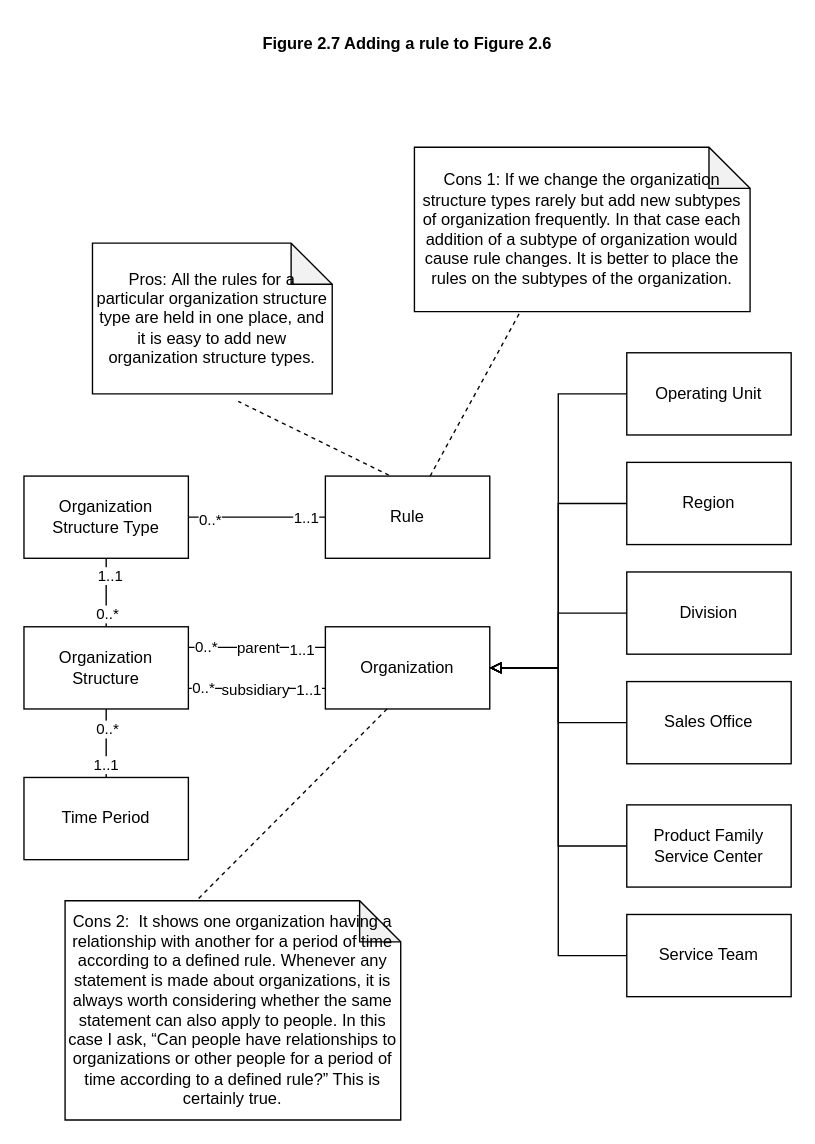
This is analysis-patterns-2-7-Adding-a-rule-to-Figure-2-6.drawio from wubin28/analysis-patterns-diagrams-in-uml, a draw.io file, before an edit. Source tidied: cells renumbered, new cells numbered last; positions are measured from the earlier drawing's top-left corner, leaving out a move shared by most shapes. Both pictures are drawn from the tidied source at 137%, with x=0, y=0 at pixel (23, 23).
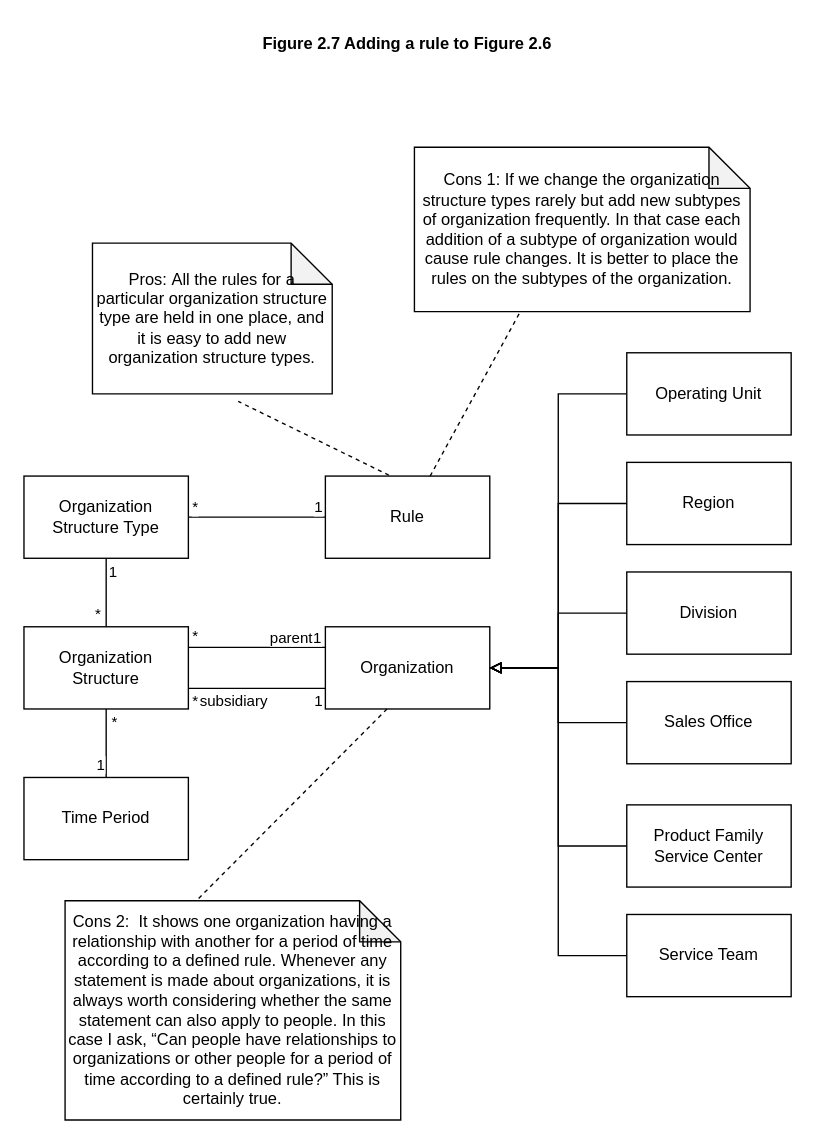
After the change.

Commit message:
refactor: update multiplicities in figure 2.7

Unchanged cells that the change refers to:
```xml
<mxCell id="12" style="endArrow=none;html=1;rounded=0;exitX=1;exitY=0.25;exitDx=0;exitDy=0;entryX=0;entryY=0.25;entryDx=0;entryDy=0;" parent="1" edge="1" source="11" target="2">
  <mxGeometry relative="1" as="geometry" />
</mxCell>
<mxCell id="16" style="endArrow=none;html=1;rounded=0;exitX=1;exitY=0.75;exitDx=0;exitDy=0;entryX=0;entryY=0.75;entryDx=0;entryDy=0;" parent="1" edge="1" source="11" target="2">
  <mxGeometry relative="1" as="geometry" />
</mxCell>
<mxCell id="20" style="edgeStyle=orthogonalEdgeStyle;rounded=0;jettySize=auto;html=1;endArrow=none;endFill=0;" parent="1" edge="1" source="23" target="39">
  <mxGeometry relative="1" as="geometry" />
</mxCell>
<mxCell id="25" style="endArrow=none;html=1;rounded=0;entryX=0.5;entryY=1;entryDx=0;entryDy=0;exitX=0.5;exitY=0;exitDx=0;exitDy=0;" parent="1" edge="1" source="11" target="23">
  <mxGeometry relative="1" as="geometry" />
</mxCell>
<mxCell id="28" style="endArrow=none;html=1;rounded=0;entryX=0.5;entryY=1;entryDx=0;entryDy=0;exitX=0.5;exitY=0;exitDx=0;exitDy=0;" parent="1" edge="1" source="24" target="11">
  <mxGeometry relative="1" as="geometry" />
</mxCell>
```

Diff of the diagram source:
```diff
@@
-    <mxCell id="13" value="0..*" style="edgeLabel;html=1;align=center;verticalAlign=middle;" parent="12" vertex="1">
+    <mxCell id="13" value="*" style="edgeLabel;html=1;align=center;verticalAlign=middle;" parent="12" vertex="1">
       <mxGeometry x="-0.84" y="1" relative="1" as="geometry">
-        <mxPoint x="4" as="offset" />
+        <mxPoint x="-4" y="-8" as="offset" />
       </mxGeometry>
     </mxCell>
-    <mxCell id="14" value="1..1" style="edgeLabel;html=1;align=center;verticalAlign=middle;" parent="12" vertex="1">
-      <mxGeometry x="0.64" y="-1" relative="1" as="geometry" />
+    <mxCell id="14" value="1" style="edgeLabel;html=1;align=center;verticalAlign=middle;" parent="12" vertex="1">
+      <mxGeometry x="0.64" y="-1" relative="1" as="geometry">
+        <mxPoint x="11" y="-9" as="offset" />
+      </mxGeometry>
     </mxCell>
     <mxCell id="15" value="parent" style="edgeLabel;html=1;align=center;verticalAlign=middle;" parent="12" vertex="1">
       <mxGeometry x="-0.15" relative="1" as="geometry">
-        <mxPoint x="7" as="offset" />
+        <mxPoint x="31" y="-8" as="offset" />
       </mxGeometry>
     </mxCell>
@@
-    <mxCell id="17" value="0..*" style="edgeLabel;html=1;align=center;verticalAlign=middle;" parent="16" vertex="1">
-      <mxGeometry x="-0.79" y="1" relative="1" as="geometry" />
+    <mxCell id="17" value="*" style="edgeLabel;html=1;align=center;verticalAlign=middle;" parent="16" vertex="1">
+      <mxGeometry x="-0.79" y="1" relative="1" as="geometry">
+        <mxPoint x="-6" y="9" as="offset" />
+      </mxGeometry>
     </mxCell>
-    <mxCell id="18" value="1..1" style="edgeLabel;html=1;align=center;verticalAlign=middle;" parent="16" vertex="1">
-      <mxGeometry x="0.74" relative="1" as="geometry" />
+    <mxCell id="18" value="1" style="edgeLabel;html=1;align=center;verticalAlign=middle;" parent="16" vertex="1">
+      <mxGeometry x="0.74" relative="1" as="geometry">
+        <mxPoint x="7" y="8" as="offset" />
+      </mxGeometry>
     </mxCell>
     <mxCell id="19" value="subsidiary" style="edgeLabel;html=1;align=center;verticalAlign=middle;" parent="16" vertex="1">
-      <mxGeometry x="-0.05" relative="1" as="geometry" />
+      <mxGeometry x="-0.05" relative="1" as="geometry">
+        <mxPoint x="-16" y="8" as="offset" />
+      </mxGeometry>
     </mxCell>
@@
-    <mxCell id="21" value="1..1" style="edgeLabel;html=1;align=center;verticalAlign=middle;" parent="20" vertex="1">
+    <mxCell id="21" value="1" style="edgeLabel;html=1;align=center;verticalAlign=middle;" parent="20" vertex="1">
       <mxGeometry x="0.78" relative="1" as="geometry">
-        <mxPoint x="-4" as="offset" />
+        <mxPoint x="5" y="-8" as="offset" />
       </mxGeometry>
     </mxCell>
-    <mxCell id="22" value="0..*" style="edgeLabel;html=1;align=center;verticalAlign=middle;" parent="20" vertex="1">
+    <mxCell id="22" value="*" style="edgeLabel;html=1;align=center;verticalAlign=middle;" parent="20" vertex="1">
       <mxGeometry x="-0.82" y="-1" relative="1" as="geometry">
-        <mxPoint x="6" as="offset" />
+        <mxPoint x="-5" y="-9" as="offset" />
       </mxGeometry>
     </mxCell>
@@
-    <mxCell id="26" value="1..1" style="edgeLabel;html=1;align=center;verticalAlign=middle;" parent="25" vertex="1">
-      <mxGeometry x="0.52" y="-2" relative="1" as="geometry" />
+    <mxCell id="26" value="1" style="edgeLabel;html=1;align=center;verticalAlign=middle;" parent="25" vertex="1">
+      <mxGeometry x="0.52" y="-2" relative="1" as="geometry">
+        <mxPoint x="2" y="-3" as="offset" />
+      </mxGeometry>
     </mxCell>
-    <mxCell id="27" value="0..*" style="edgeLabel;html=1;align=center;verticalAlign=middle;" parent="25" vertex="1">
+    <mxCell id="27" value="*" style="edgeLabel;html=1;align=center;verticalAlign=middle;" parent="25" vertex="1">
       <mxGeometry x="-0.61" y="1" relative="1" as="geometry">
-        <mxPoint x="1" as="offset" />
+        <mxPoint x="-6" as="offset" />
       </mxGeometry>
     </mxCell>
@@
-    <mxCell id="29" value="0..*" style="edgeLabel;html=1;align=center;verticalAlign=middle;" parent="28" vertex="1">
-      <mxGeometry x="0.45" relative="1" as="geometry" />
+    <mxCell id="29" value="*" style="edgeLabel;html=1;align=center;verticalAlign=middle;" parent="28" vertex="1">
+      <mxGeometry x="0.45" relative="1" as="geometry">
+        <mxPoint x="5" y="-5" as="offset" />
+      </mxGeometry>
     </mxCell>
-    <mxCell id="30" value="1..1" style="edgeLabel;html=1;align=center;verticalAlign=middle;" parent="28" vertex="1">
-      <mxGeometry x="-0.62" y="1" relative="1" as="geometry" />
+    <mxCell id="30" value="1" style="edgeLabel;html=1;align=center;verticalAlign=middle;" parent="28" vertex="1">
+      <mxGeometry x="-0.62" y="1" relative="1" as="geometry">
+        <mxPoint x="-4" as="offset" />
+      </mxGeometry>
     </mxCell>
```
